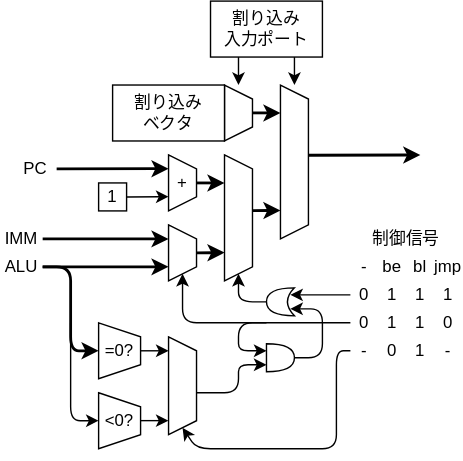
amane-uehara/kanade-k-1228.github.io keeps this draw.io diagram as Lab/Computer/Micon/01_CPU/img/pfc.dio.svg. Above is the earlier version. Source tidied: cells renumbered, new cells last; positions are measured from the earlier drawing's top-left corner, leaving out a move shared by most shapes.
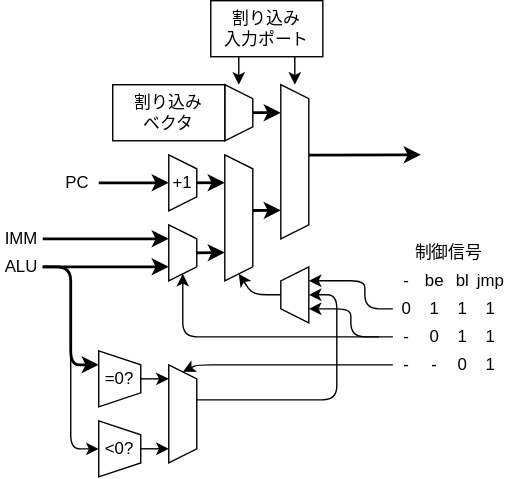
After the commit.

Change to the diagram source:
```diff
@@ -32,7 +32,7 @@
         <mxPoint x="200" y="79.9" as="targetPoint" />
       </mxGeometry>
     </mxCell>
-    <mxCell id="9" value="+" style="shape=trapezoid;perimeter=trapezoidPerimeter;whiteSpace=wrap;html=1;fixedSize=1;direction=south;size=10;" parent="1" vertex="1">
+    <mxCell id="9" value="+1" style="shape=trapezoid;perimeter=trapezoidPerimeter;whiteSpace=wrap;html=1;fixedSize=1;direction=south;size=10;" parent="1" vertex="1">
       <mxGeometry x="120" y="110" width="20" height="40" as="geometry" />
     </mxCell>
     <mxCell id="10" style="endArrow=classic;html=1;strokeWidth=2;" parent="1" edge="1">
@@ -47,16 +47,10 @@
         <mxPoint x="160" y="179.8" as="targetPoint" />
       </mxGeometry>
     </mxCell>
-    <mxCell id="12" style="endArrow=classic;html=1;" parent="1" edge="1">
-      <mxGeometry relative="1" as="geometry">
-        <mxPoint x="90" y="140" as="sourcePoint" />
-        <mxPoint x="120" y="139.8" as="targetPoint" />
-      </mxGeometry>
-    </mxCell>
     <mxCell id="13" style="endArrow=classic;html=1;strokeWidth=2;" parent="1" edge="1">
       <mxGeometry relative="1" as="geometry">
-        <mxPoint x="40" y="120" as="sourcePoint" />
-        <mxPoint x="120" y="119.8" as="targetPoint" />
+        <mxPoint x="70" y="130" as="sourcePoint" />
+        <mxPoint x="120" y="130" as="targetPoint" />
       </mxGeometry>
     </mxCell>
     <mxCell id="14" style="shape=trapezoid;perimeter=trapezoidPerimeter;whiteSpace=wrap;html=1;fixedSize=1;direction=south;size=10;" parent="1" vertex="1">
@@ -74,9 +68,6 @@
         <mxPoint x="300" y="110" as="targetPoint" />
       </mxGeometry>
     </mxCell>
-    <mxCell id="17" value="1" style="rounded=0;whiteSpace=wrap;html=1;" parent="1" vertex="1">
-      <mxGeometry x="70" y="130" width="20" height="20" as="geometry" />
-    </mxCell>
     <mxCell id="18" value="ALU" style="text;html=1;strokeColor=none;fillColor=none;align=center;verticalAlign=middle;whiteSpace=wrap;rounded=0;" parent="1" vertex="1">
       <mxGeometry y="180" width="30" height="20" as="geometry" />
     </mxCell>
@@ -84,73 +75,60 @@
       <mxGeometry y="160" width="30" height="20" as="geometry" />
     </mxCell>
     <mxCell id="20" value="PC" style="text;html=1;strokeColor=none;fillColor=none;align=center;verticalAlign=middle;whiteSpace=wrap;rounded=0;" parent="1" vertex="1">
-      <mxGeometry x="10" y="110" width="30" height="20" as="geometry" />
+      <mxGeometry x="40" y="120" width="30" height="20" as="geometry" />
     </mxCell>
     <mxCell id="21" style="endArrow=classic;html=1;startArrow=none;startFill=0;strokeWidth=2;" parent="1" edge="1">
       <mxGeometry relative="1" as="geometry">
         <mxPoint x="30" y="190" as="sourcePoint" />
-        <mxPoint x="70" y="250" as="targetPoint" />
+        <mxPoint x="70" y="260" as="targetPoint" />
         <Array as="points">
           <mxPoint x="50" y="190" />
-          <mxPoint x="50" y="250" />
+          <mxPoint x="50" y="260" />
         </Array>
       </mxGeometry>
     </mxCell>
     <mxCell id="22" style="endArrow=classic;html=1;" parent="1" edge="1">
       <mxGeometry relative="1" as="geometry">
-        <mxPoint x="190" y="215" as="sourcePoint" />
+        <mxPoint x="200" y="210" as="sourcePoint" />
         <mxPoint x="170" y="195" as="targetPoint" />
         <Array as="points">
-          <mxPoint x="170" y="215" />
+          <mxPoint x="180" y="210" />
         </Array>
       </mxGeometry>
     </mxCell>
     <mxCell id="23" value="制御信号" style="text;html=1;strokeColor=none;fillColor=none;align=center;verticalAlign=middle;whiteSpace=wrap;rounded=0;" parent="1" vertex="1">
-      <mxGeometry x="250" y="160" width="80" height="20" as="geometry" />
+      <mxGeometry x="280" y="170" width="80" height="20" as="geometry" />
     </mxCell>
     <mxCell id="24" value="=0?" style="shape=trapezoid;perimeter=trapezoidPerimeter;whiteSpace=wrap;html=1;fixedSize=1;direction=south;size=10;" parent="1" vertex="1">
-      <mxGeometry x="70" y="230" width="30" height="40" as="geometry" />
+      <mxGeometry x="70" y="250" width="30" height="40" as="geometry" />
     </mxCell>
     <mxCell id="25" value="&amp;lt;0?" style="shape=trapezoid;perimeter=trapezoidPerimeter;whiteSpace=wrap;html=1;fixedSize=1;direction=south;size=10;" parent="1" vertex="1">
-      <mxGeometry x="70" y="280" width="30" height="40" as="geometry" />
+      <mxGeometry x="70" y="300" width="30" height="40" as="geometry" />
     </mxCell>
     <mxCell id="26" style="endArrow=classic;html=1;startArrow=none;startFill=0;" parent="1" edge="1">
       <mxGeometry relative="1" as="geometry">
-        <mxPoint x="50" y="230" as="sourcePoint" />
-        <mxPoint x="70" y="300" as="targetPoint" />
+        <mxPoint x="50" y="250" as="sourcePoint" />
+        <mxPoint x="70" y="320" as="targetPoint" />
         <Array as="points">
-          <mxPoint x="50" y="300" />
+          <mxPoint x="50" y="320" />
         </Array>
       </mxGeometry>
     </mxCell>
     <mxCell id="27" style="shape=trapezoid;perimeter=trapezoidPerimeter;whiteSpace=wrap;html=1;fixedSize=1;direction=south;size=10;" parent="1" vertex="1">
-      <mxGeometry x="120" y="240" width="20" height="70" as="geometry" />
+      <mxGeometry x="120" y="260" width="20" height="70" as="geometry" />
     </mxCell>
     <mxCell id="28" style="endArrow=classic;html=1;" parent="1" edge="1">
       <mxGeometry relative="1" as="geometry">
-        <mxPoint x="100" y="250" as="sourcePoint" />
-        <mxPoint x="120" y="250" as="targetPoint" />
+        <mxPoint x="100" y="270" as="sourcePoint" />
+        <mxPoint x="120" y="270" as="targetPoint" />
       </mxGeometry>
     </mxCell>
     <mxCell id="29" style="endArrow=classic;html=1;" parent="1" edge="1">
       <mxGeometry relative="1" as="geometry">
-        <mxPoint x="100" y="299.9" as="sourcePoint" />
-        <mxPoint x="120" y="299.9" as="targetPoint" />
+        <mxPoint x="100" y="319.9" as="sourcePoint" />
+        <mxPoint x="120" y="319.9" as="targetPoint" />
       </mxGeometry>
     </mxCell>
-    <mxCell id="30" style="shape=or;whiteSpace=wrap;html=1;direction=east;" parent="1" vertex="1">
-      <mxGeometry x="190" y="245" width="20" height="20" as="geometry" />
-    </mxCell>
-    <mxCell id="31" style="endArrow=classic;html=1;" parent="1" edge="1">
-      <mxGeometry relative="1" as="geometry">
-        <mxPoint x="190" y="230" as="sourcePoint" />
-        <mxPoint x="190" y="250" as="targetPoint" />
-        <Array as="points">
-          <mxPoint x="170" y="230" />
-          <mxPoint x="170" y="250" />
-        </Array>
-      </mxGeometry>
-    </mxCell>
     <mxCell id="32" style="shape=trapezoid;perimeter=trapezoidPerimeter;whiteSpace=wrap;html=1;fixedSize=1;direction=south;size=10;" parent="1" vertex="1">
       <mxGeometry x="120" y="160" width="20" height="40" as="geometry" />
     </mxCell>
@@ -166,102 +144,104 @@
         <mxPoint x="120" y="170" as="targetPoint" />
       </mxGeometry>
     </mxCell>
-    <mxCell id="35" style="endArrow=classic;html=1;" parent="1" edge="1">
-      <mxGeometry relative="1" as="geometry">
-        <mxPoint x="250" y="210" as="sourcePoint" />
-        <mxPoint x="207" y="210" as="targetPoint" />
-      </mxGeometry>
-    </mxCell>
     <mxCell id="36" value="0" style="text;html=1;strokeColor=none;fillColor=none;align=center;verticalAlign=middle;whiteSpace=wrap;rounded=0;" parent="1" vertex="1">
-      <mxGeometry x="250" y="200" width="20" height="20" as="geometry" />
+      <mxGeometry x="280" y="210" width="20" height="20" as="geometry" />
     </mxCell>
     <mxCell id="37" value="be" style="text;html=1;strokeColor=none;fillColor=none;align=center;verticalAlign=middle;whiteSpace=wrap;rounded=0;rotation=0;" parent="1" vertex="1">
-      <mxGeometry x="270" y="180" width="20" height="20" as="geometry" />
+      <mxGeometry x="300" y="190" width="20" height="20" as="geometry" />
     </mxCell>
-    <mxCell id="38" value="0" style="text;html=1;strokeColor=none;fillColor=none;align=center;verticalAlign=middle;whiteSpace=wrap;rounded=0;" parent="1" vertex="1">
-      <mxGeometry x="250" y="220" width="20" height="20" as="geometry" />
+    <mxCell id="38" value="-" style="text;html=1;strokeColor=none;fillColor=none;align=center;verticalAlign=middle;whiteSpace=wrap;rounded=0;" parent="1" vertex="1">
+      <mxGeometry x="280" y="230" width="20" height="20" as="geometry" />
     </mxCell>
     <mxCell id="39" value="bl" style="text;html=1;strokeColor=none;fillColor=none;align=center;verticalAlign=middle;whiteSpace=wrap;rounded=0;rotation=0;" parent="1" vertex="1">
-      <mxGeometry x="290" y="180" width="20" height="20" as="geometry" />
+      <mxGeometry x="320" y="190" width="20" height="20" as="geometry" />
     </mxCell>
     <mxCell id="40" value="jmp" style="text;html=1;strokeColor=none;fillColor=none;align=center;verticalAlign=middle;whiteSpace=wrap;rounded=0;rotation=0;" parent="1" vertex="1">
-      <mxGeometry x="310" y="180" width="20" height="20" as="geometry" />
+      <mxGeometry x="340" y="190" width="20" height="20" as="geometry" />
     </mxCell>
     <mxCell id="41" value="1" style="text;html=1;strokeColor=none;fillColor=none;align=center;verticalAlign=middle;whiteSpace=wrap;rounded=0;" parent="1" vertex="1">
-      <mxGeometry x="270" y="200" width="20" height="20" as="geometry" />
+      <mxGeometry x="300" y="210" width="20" height="20" as="geometry" />
     </mxCell>
     <mxCell id="42" value="1" style="text;html=1;strokeColor=none;fillColor=none;align=center;verticalAlign=middle;whiteSpace=wrap;rounded=0;" parent="1" vertex="1">
-      <mxGeometry x="270" y="220" width="20" height="20" as="geometry" />
+      <mxGeometry x="320" y="230" width="20" height="20" as="geometry" />
     </mxCell>
     <mxCell id="43" value="-" style="text;html=1;strokeColor=none;fillColor=none;align=center;verticalAlign=middle;whiteSpace=wrap;rounded=0;" parent="1" vertex="1">
-      <mxGeometry x="250" y="240" width="20" height="20" as="geometry" />
+      <mxGeometry x="280" y="250" width="20" height="20" as="geometry" />
     </mxCell>
     <mxCell id="44" value="0" style="text;html=1;strokeColor=none;fillColor=none;align=center;verticalAlign=middle;whiteSpace=wrap;rounded=0;" parent="1" vertex="1">
-      <mxGeometry x="270" y="240" width="20" height="20" as="geometry" />
+      <mxGeometry x="320" y="250" width="20" height="20" as="geometry" />
     </mxCell>
     <mxCell id="45" value="1" style="text;html=1;strokeColor=none;fillColor=none;align=center;verticalAlign=middle;whiteSpace=wrap;rounded=0;" parent="1" vertex="1">
-      <mxGeometry x="290" y="240" width="20" height="20" as="geometry" />
+      <mxGeometry x="340" y="250" width="20" height="20" as="geometry" />
     </mxCell>
     <mxCell id="46" value="1" style="text;html=1;strokeColor=none;fillColor=none;align=center;verticalAlign=middle;whiteSpace=wrap;rounded=0;" parent="1" vertex="1">
-      <mxGeometry x="290" y="200" width="20" height="20" as="geometry" />
+      <mxGeometry x="320" y="210" width="20" height="20" as="geometry" />
     </mxCell>
     <mxCell id="47" value="1" style="text;html=1;strokeColor=none;fillColor=none;align=center;verticalAlign=middle;whiteSpace=wrap;rounded=0;" parent="1" vertex="1">
-      <mxGeometry x="290" y="220" width="20" height="20" as="geometry" />
+      <mxGeometry x="340" y="230" width="20" height="20" as="geometry" />
     </mxCell>
     <mxCell id="48" value="1" style="text;html=1;strokeColor=none;fillColor=none;align=center;verticalAlign=middle;whiteSpace=wrap;rounded=0;" parent="1" vertex="1">
-      <mxGeometry x="310" y="200" width="20" height="20" as="geometry" />
+      <mxGeometry x="340" y="210" width="20" height="20" as="geometry" />
     </mxCell>
     <mxCell id="49" value="0" style="text;html=1;strokeColor=none;fillColor=none;align=center;verticalAlign=middle;whiteSpace=wrap;rounded=0;" parent="1" vertex="1">
-      <mxGeometry x="310" y="220" width="20" height="20" as="geometry" />
+      <mxGeometry x="300" y="230" width="20" height="20" as="geometry" />
     </mxCell>
     <mxCell id="50" value="-" style="text;html=1;strokeColor=none;fillColor=none;align=center;verticalAlign=middle;whiteSpace=wrap;rounded=0;" parent="1" vertex="1">
-      <mxGeometry x="310" y="240" width="20" height="20" as="geometry" />
+      <mxGeometry x="300" y="250" width="20" height="20" as="geometry" />
     </mxCell>
     <mxCell id="51" style="endArrow=classic;html=1;" parent="1" edge="1">
       <mxGeometry relative="1" as="geometry">
-        <mxPoint x="250" y="230" as="sourcePoint" />
+        <mxPoint x="280" y="240" as="sourcePoint" />
         <mxPoint x="130" y="195" as="targetPoint" />
         <Array as="points">
-          <mxPoint x="130" y="230" />
+          <mxPoint x="130" y="240" />
         </Array>
       </mxGeometry>
     </mxCell>
-    <mxCell id="52" style="endArrow=classic;html=1;" parent="1" edge="1">
-      <mxGeometry relative="1" as="geometry">
-        <mxPoint x="210" y="255" as="sourcePoint" />
-        <mxPoint x="207" y="220" as="targetPoint" />
-        <Array as="points">
-          <mxPoint x="230" y="255" />
-          <mxPoint x="230" y="220" />
-        </Array>
-      </mxGeometry>
-    </mxCell>
     <mxCell id="53" style="endArrow=classic;html=1;" parent="1" edge="1">
       <mxGeometry relative="1" as="geometry">
-        <mxPoint x="250" y="250" as="sourcePoint" />
-        <mxPoint x="130" y="305" as="targetPoint" />
+        <mxPoint x="280" y="260" as="sourcePoint" />
+        <mxPoint x="130" y="265" as="targetPoint" />
         <Array as="points">
-          <mxPoint x="240" y="250" />
-          <mxPoint x="240" y="320" />
-          <mxPoint x="140" y="320" />
+          <mxPoint x="140" y="260" />
         </Array>
       </mxGeometry>
     </mxCell>
     <mxCell id="54" value="-" style="text;html=1;strokeColor=none;fillColor=none;align=center;verticalAlign=middle;whiteSpace=wrap;rounded=0;" parent="1" vertex="1">
-      <mxGeometry x="250" y="180" width="20" height="20" as="geometry" />
+      <mxGeometry x="280" y="190" width="20" height="20" as="geometry" />
     </mxCell>
-    <mxCell id="55" style="shape=xor;whiteSpace=wrap;html=1;direction=west;" parent="1" vertex="1">
-      <mxGeometry x="190" y="205" width="20" height="20" as="geometry" />
-    </mxCell>
     <mxCell id="56" style="endArrow=classic;html=1;" parent="1" edge="1">
       <mxGeometry relative="1" as="geometry">
-        <mxPoint x="140" y="280" as="sourcePoint" />
-        <mxPoint x="190" y="260" as="targetPoint" />
+        <mxPoint x="140" y="285" as="sourcePoint" />
+        <mxPoint x="220" y="210" as="targetPoint" />
         <Array as="points">
-          <mxPoint x="170" y="280" />
-          <mxPoint x="170" y="260" />
+          <mxPoint x="240" y="285" />
+          <mxPoint x="240" y="210" />
         </Array>
       </mxGeometry>
     </mxCell>
+    <mxCell id="57" style="shape=trapezoid;perimeter=trapezoidPerimeter;whiteSpace=wrap;html=1;fixedSize=1;direction=north;size=10;" parent="1" vertex="1">
+      <mxGeometry x="200" y="190" width="20" height="40" as="geometry" />
+    </mxCell>
+    <mxCell id="58" style="endArrow=classic;html=1;" parent="1" edge="1">
+      <mxGeometry relative="1" as="geometry">
+        <mxPoint x="270" y="240" as="sourcePoint" />
+        <mxPoint x="220" y="220" as="targetPoint" />
+        <Array as="points">
+          <mxPoint x="250" y="240" />
+          <mxPoint x="250" y="220" />
+        </Array>
+      </mxGeometry>
+    </mxCell>
+    <mxCell id="59" style="endArrow=classic;html=1;" parent="1" edge="1">
+      <mxGeometry relative="1" as="geometry">
+        <mxPoint x="280" y="220" as="sourcePoint" />
+        <mxPoint x="220" y="200" as="targetPoint" />
+        <Array as="points">
+          <mxPoint x="260" y="220" />
+          <mxPoint x="260" y="200" />
+        </Array>
+      </mxGeometry>
+    </mxCell>
   </root>
 </mxGraphModel>
```
